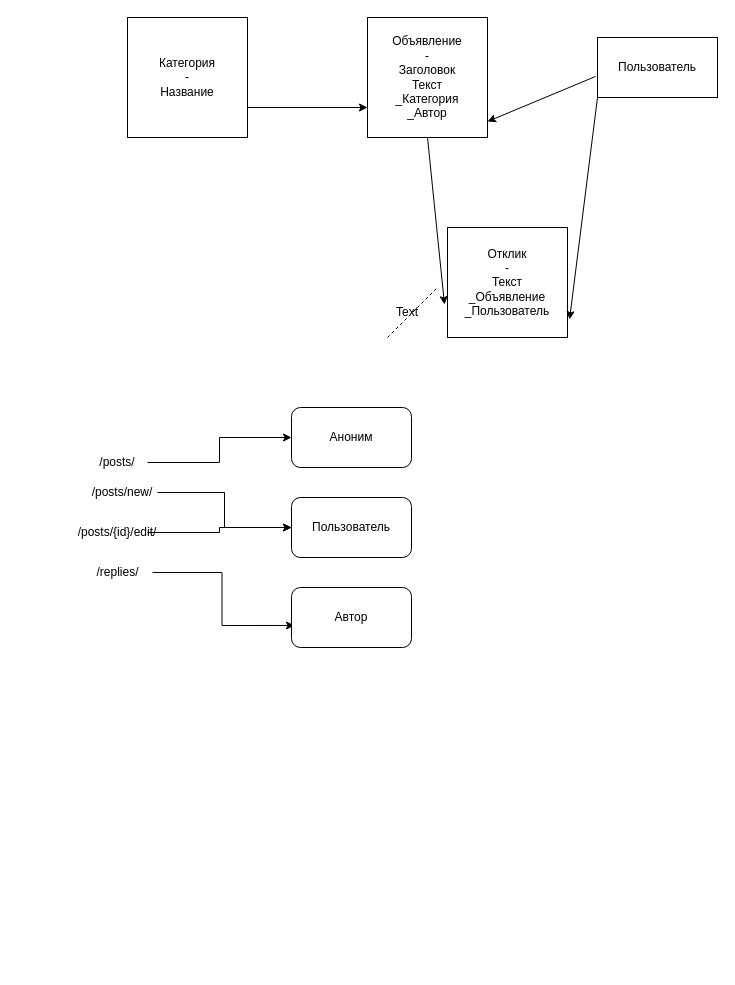
Earlier version of the draw.io diagram SF_D_16_Callboard_Models.drawio (ctulhufromrlieh/SF_D_16_CallBoard). Source tidied: cells renumbered, new cells numbered last; positions are measured from the earlier drawing's top-left corner, leaving out a move shared by most shapes. Both pictures are drawn from the tidied source at 100%, with x=0, y=0 at pixel (82, 17).
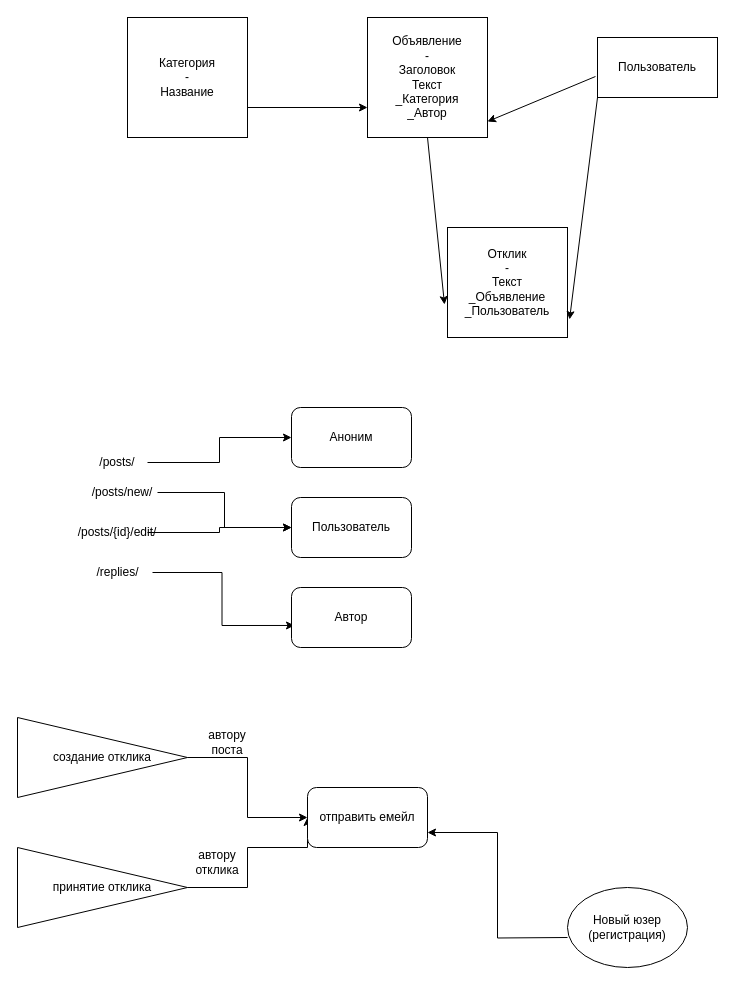
The same page after the edit.

The edit, as a diff of the source:
```diff
@@
-    <mxCell id="12" value="Text" style="text;html=1;strokeColor=none;fillColor=none;align=center;verticalAlign=middle;whiteSpace=wrap;rounded=0;" parent="1" vertex="1">
-      <mxGeometry x="295" y="280" width="60" height="30" as="geometry" />
-    </mxCell>
@@
-    <mxCell id="22" style="endArrow=none;dashed=1;html=1;rounded=0;" parent="1" edge="1">
-      <mxGeometry relative="1" as="geometry">
-        <mxPoint x="305" y="320" as="sourcePoint" />
-        <mxPoint x="355" y="270" as="targetPoint" />
-      </mxGeometry>
-    </mxCell>
+    <mxCell id="23" style="edgeStyle=orthogonalEdgeStyle;rounded=0;jettySize=auto;html=1;entryX=0;entryY=0.5;entryDx=0;entryDy=0;" parent="1" edge="1" source="24" target="27">
+      <mxGeometry relative="1" as="geometry" />
+    </mxCell>
+    <mxCell id="24" value="создание отклика" style="triangle;whiteSpace=wrap;html=1;" parent="1" vertex="1">
+      <mxGeometry x="-65" y="700" width="170" height="80" as="geometry" />
+    </mxCell>
+    <mxCell id="25" style="edgeStyle=orthogonalEdgeStyle;rounded=0;jettySize=auto;html=1;entryX=0;entryY=0.5;entryDx=0;entryDy=0;" parent="1" edge="1" source="26" target="27">
+      <mxGeometry relative="1" as="geometry">
+        <Array as="points">
+          <mxPoint x="165" y="870" />
+          <mxPoint x="165" y="830" />
+          <mxPoint x="225" y="830" />
+        </Array>
+      </mxGeometry>
+    </mxCell>
+    <mxCell id="26" value="принятие отклика" style="triangle;whiteSpace=wrap;html=1;" parent="1" vertex="1">
+      <mxGeometry x="-65" y="830" width="170" height="80" as="geometry" />
+    </mxCell>
+    <mxCell id="27" value="отправить емейл" style="rounded=1;whiteSpace=wrap;html=1;" parent="1" vertex="1">
+      <mxGeometry x="225" y="770" width="120" height="60" as="geometry" />
+    </mxCell>
+    <mxCell id="28" style="edgeStyle=orthogonalEdgeStyle;rounded=0;jettySize=auto;html=1;entryX=1;entryY=0.75;entryDx=0;entryDy=0;" parent="1" edge="1" target="27">
+      <mxGeometry relative="1" as="geometry">
+        <mxPoint x="485" y="920" as="sourcePoint" />
+      </mxGeometry>
+    </mxCell>
+    <mxCell id="29" style="ellipse;whiteSpace=wrap;html=1;" parent="1" vertex="1">
+      <mxGeometry x="485" y="870" width="120" height="80" as="geometry" />
+    </mxCell>
+    <mxCell id="30" value="Новый юзер (регистрация)" style="text;html=1;strokeColor=none;fillColor=none;align=center;verticalAlign=middle;whiteSpace=wrap;rounded=0;" parent="1" vertex="1">
+      <mxGeometry x="515" y="895" width="60" height="30" as="geometry" />
+    </mxCell>
+    <mxCell id="31" value="автору поста" style="text;html=1;strokeColor=none;fillColor=none;align=center;verticalAlign=middle;whiteSpace=wrap;rounded=0;" parent="1" vertex="1">
+      <mxGeometry x="115" y="710" width="60" height="30" as="geometry" />
+    </mxCell>
+    <mxCell id="32" value="автору отклика" style="text;html=1;strokeColor=none;fillColor=none;align=center;verticalAlign=middle;whiteSpace=wrap;rounded=0;" parent="1" vertex="1">
+      <mxGeometry x="105" y="830" width="60" height="30" as="geometry" />
+    </mxCell>
```
